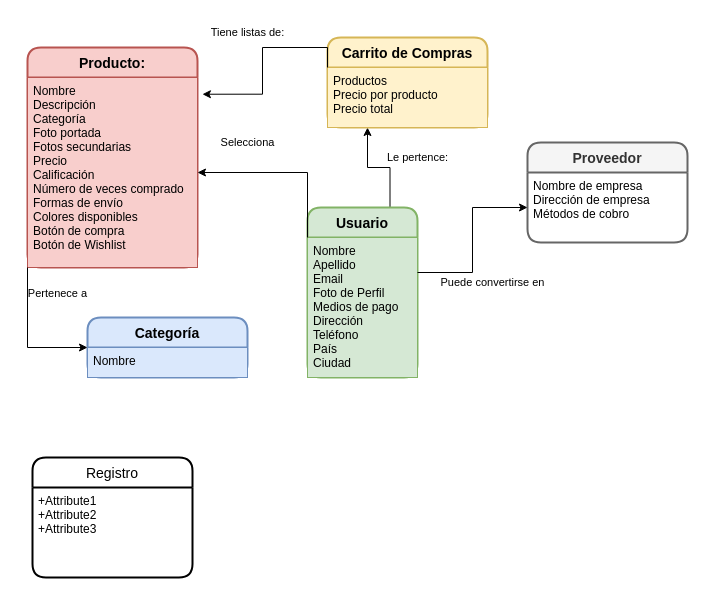
The draw.io diagram Diagrama sin título.drawio in gonzaloleivas/obligatorio-taller, before the edit. Source tidied: cells renumbered, new cells numbered last; positions are measured from the earlier drawing's top-left corner, leaving out a move shared by most shapes. Both pictures are drawn from the tidied source at 100%, with x=0, y=0 at pixel (17, 17).
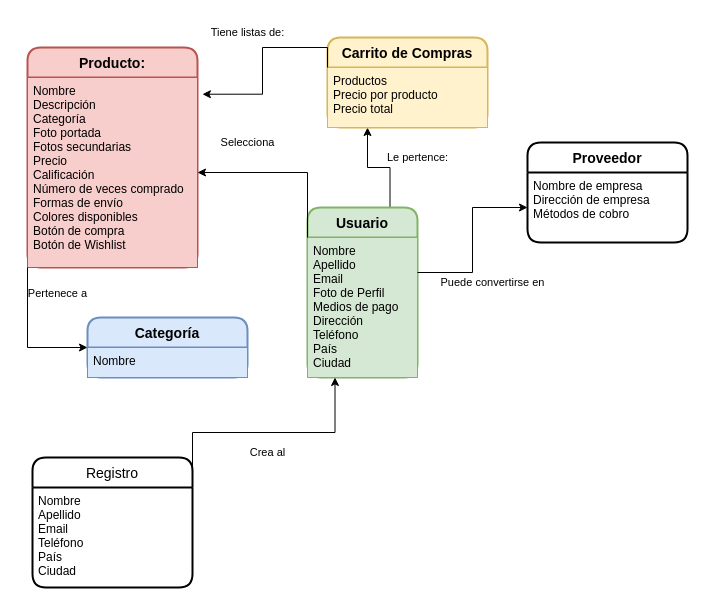
After the change.

Unchanged cells that the change refers to:
```xml
<mxCell id="4" value="Nombre&#10;Apellido&#10;Email&#10;Foto de Perfil&#10;Medios de pago&#10;Dirección&#10;Teléfono&#10;País&#10;Ciudad" style="align=left;strokeColor=#82b366;fillColor=#d5e8d4;spacingLeft=4;fontSize=12;verticalAlign=top;" parent="3" vertex="1">
  <mxGeometry y="30" width="110" height="140" as="geometry" />
</mxCell>
```

Change to the diagram source:
```diff
@@
-    <mxCell id="18" value="Proveedor" style="swimlane;horizontal=1;startSize=30;rounded=1;fontSize=14;fontStyle=1;strokeWidth=2;shadow=0;dashed=0;align=center;fillColor=#f5f5f5;fontColor=#333333;strokeColor=#666666;" parent="1" vertex="1">
+    <mxCell id="18" value="Proveedor" style="swimlane;horizontal=1;startSize=30;rounded=1;fontSize=14;fontStyle=1;strokeWidth=2;shadow=0;dashed=0;align=center;" parent="1" vertex="1">
       <mxGeometry x="510" y="125" width="160" height="100" as="geometry" />
     </mxCell>
@@
     <mxCell id="22" value="Registro" style="swimlane;horizontal=1;startSize=30;rounded=1;fontSize=14;fontStyle=0;strokeWidth=2;shadow=0;dashed=0;align=center;" parent="1" vertex="1">
-      <mxGeometry x="15" y="440" width="160" height="120" as="geometry" />
+      <mxGeometry x="15" y="440" width="160" height="130" as="geometry" />
     </mxCell>
-    <mxCell id="23" value="+Attribute1&#10;+Attribute2&#10;+Attribute3" style="align=left;strokeColor=none;fillColor=none;spacingLeft=4;fontSize=12;verticalAlign=top;" parent="22" vertex="1">
-      <mxGeometry y="30" width="160" height="90" as="geometry" />
+    <mxCell id="23" value="Nombre&#10;Apellido&#10;Email&#10;Teléfono&#10;País&#10;Ciudad" style="align=left;strokeColor=none;fillColor=none;spacingLeft=4;fontSize=12;verticalAlign=top;" parent="22" vertex="1">
+      <mxGeometry y="30" width="160" height="100" as="geometry" />
     </mxCell>
+    <mxCell id="24" style="edgeStyle=orthogonalEdgeStyle;rounded=0;jettySize=auto;html=1;exitX=1;exitY=0;exitDx=0;exitDy=0;entryX=0.25;entryY=1;entryDx=0;entryDy=0;fontSize=11;" parent="1" edge="1" source="23" target="4">
+      <mxGeometry relative="1" as="geometry" />
+    </mxCell>
+    <mxCell id="25" value="Crea al" style="text;html=1;align=center;verticalAlign=middle;strokeColor=none;fillColor=none;fontSize=11;" parent="1" vertex="1">
+      <mxGeometry x="220" y="420" width="60" height="30" as="geometry" />
+    </mxCell>
```
